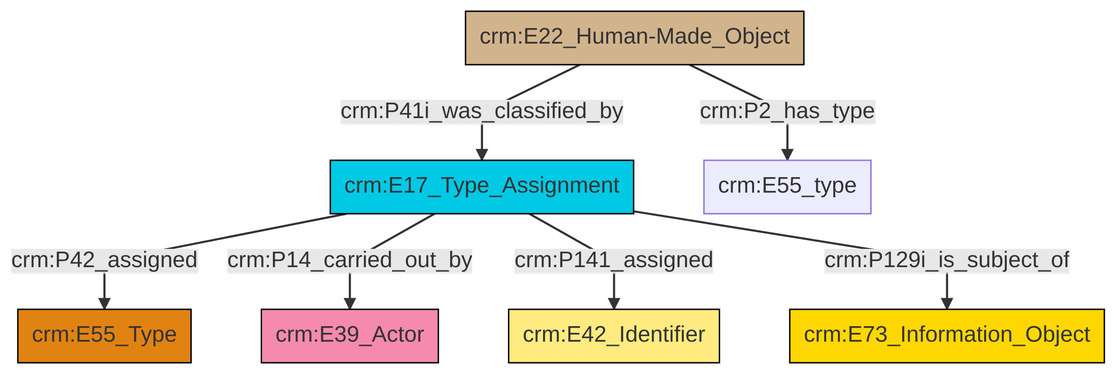
This is et/builtWorkCSV/ttl/mmd/png/Built_Work_designation_status.png from swiss-art-research-net/docs.swissartresearch, a Mermaid export, as it was before one commit. Its source is kept beside it as et/builtWorkCSV/ttl/mmd/Built_Work_designation_status.ttl.mmd.
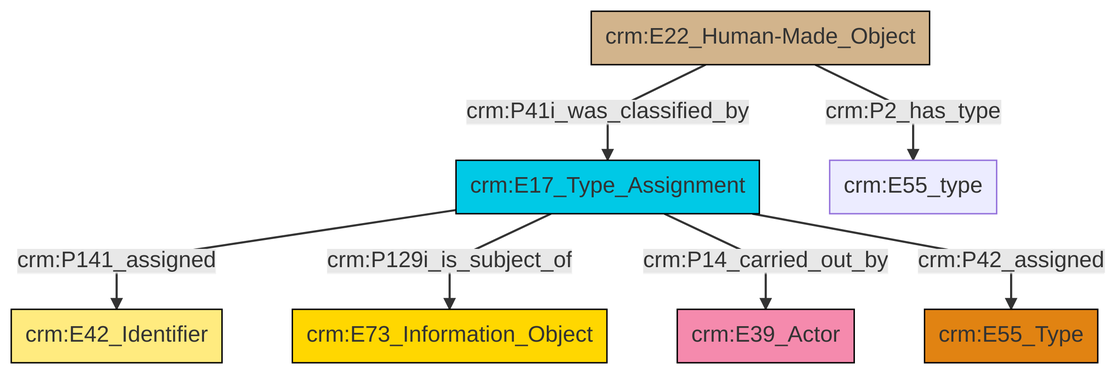
After the commit.

What changed in the source:
```diff
@@ -13,9 +13,9 @@
 classDef PC_Classes fill:#4ce600, stroke:#000000;
 classDef Multi fill:#cccccc,stroke:#000000;
 
-0["crm:E17_Type_Assignment"]:::Temporal_Entity -->|crm:P42_assigned| 2["crm:E55_Type"]:::Type
-0["crm:E17_Type_Assignment"]:::Temporal_Entity -->|crm:P14_carried_out_by| 3["crm:E39_Actor"]:::Actor
-4["crm:E22_Human-Made_Object"]:::Physical_Thing -->|crm:P2_has_type| 5["crm:E55_type"]:::Default
-4["crm:E22_Human-Made_Object"]:::Physical_Thing -->|crm:P41i_was_classified_by| 0["crm:E17_Type_Assignment"]:::Temporal_Entity
-0["crm:E17_Type_Assignment"]:::Temporal_Entity -->|crm:P141_assigned| 6["crm:E42_Identifier"]:::Appellation
-0["crm:E17_Type_Assignment"]:::Temporal_Entity -->|crm:P129i_is_subject_of| 11["crm:E73_Information_Object"]:::Conceptual_Object
+0["crm:E22_Human-Made_Object"]:::Physical_Thing -->|crm:P41i_was_classified_by| 1["crm:E17_Type_Assignment"]:::Temporal_Entity
+1["crm:E17_Type_Assignment"]:::Temporal_Entity -->|crm:P141_assigned| 4["crm:E42_Identifier"]:::Appellation
+1["crm:E17_Type_Assignment"]:::Temporal_Entity -->|crm:P129i_is_subject_of| 8["crm:E73_Information_Object"]:::Conceptual_Object
+1["crm:E17_Type_Assignment"]:::Temporal_Entity -->|crm:P14_carried_out_by| 6["crm:E39_Actor"]:::Actor
+1["crm:E17_Type_Assignment"]:::Temporal_Entity -->|crm:P42_assigned| 2["crm:E55_Type"]:::Type
+0["crm:E22_Human-Made_Object"]:::Physical_Thing -->|crm:P2_has_type| 12["crm:E55_type"]:::Default
```
